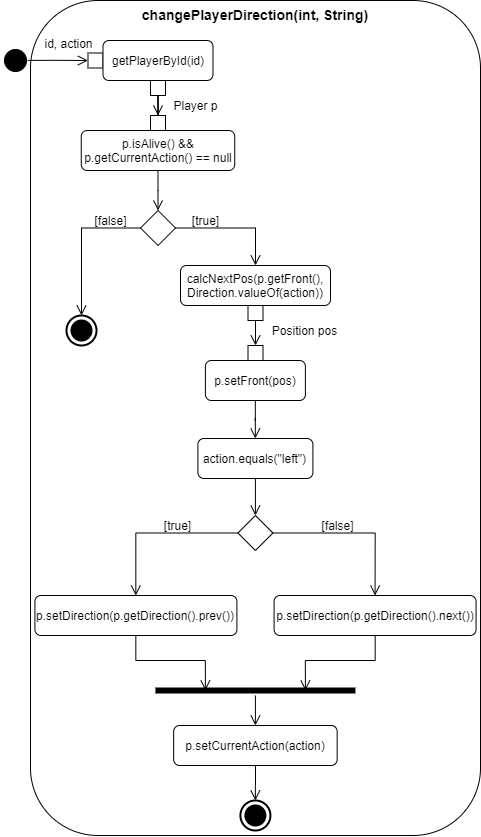
Earlier version of the draw.io export Doku/images/AD_changePlayerDirection.png (KjellooMelloo/gameoftrons). Source tidied: cells renumbered, new cells last; positions are measured from the earlier drawing's top-left corner, leaving out a move shared by most shapes.
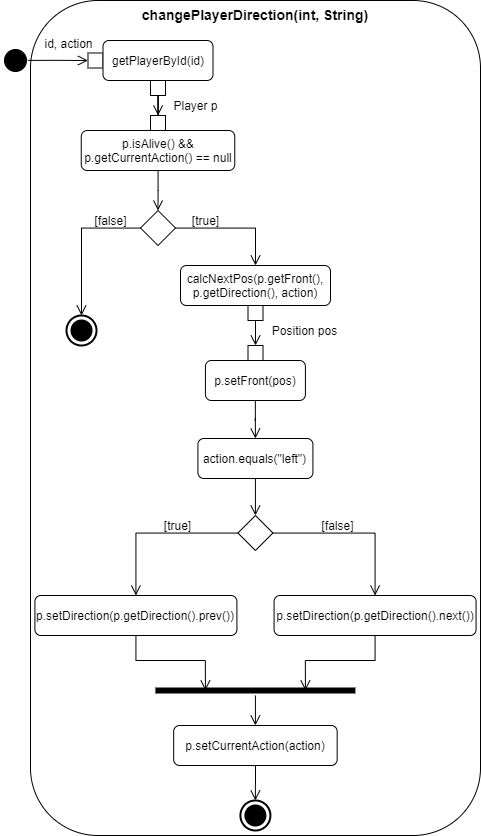
After the change.

Commit message:
implemented changePlayerDirection, getPlayerById, calcNextPos; added extra param for calcNextPos in ADs

The edit, as a diff of the source:
```diff
@@ -57,7 +57,7 @@
     <mxCell id="18" value="[false]" style="text;html=1;align=center;verticalAlign=middle;" parent="1" vertex="1">
       <mxGeometry x="85" y="210" width="50" height="20" as="geometry" />
     </mxCell>
-    <mxCell id="19" value="calcNextPos(p.getFront(), Direction.valueOf(action))" style="shape=rect;html=1;rounded=1;whiteSpace=wrap;align=center;" parent="1" vertex="1">
+    <mxCell id="19" value="calcNextPos(p.getFront(), p.getDirection(), action)" style="shape=rect;html=1;rounded=1;whiteSpace=wrap;align=center;" parent="1" vertex="1">
       <mxGeometry x="180" y="265" width="150" height="40" as="geometry" />
     </mxCell>
     <mxCell id="20" value="[true]" style="text;html=1;align=center;verticalAlign=middle;" parent="1" vertex="1">
```
